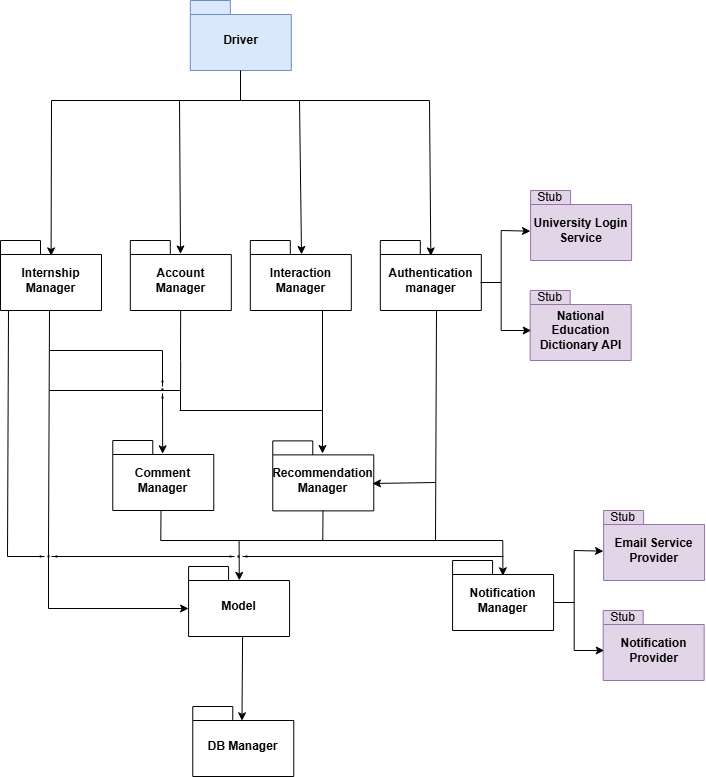
Earlier version of the draw.io export DD_figures/ImplementationDiagrams/FourthStep.png (alesalv0/RattiSalvatoreYalcin). Source tidied: cells renumbered, new cells last; positions are measured from the earlier drawing's top-left corner, leaving out a move shared by most shapes.
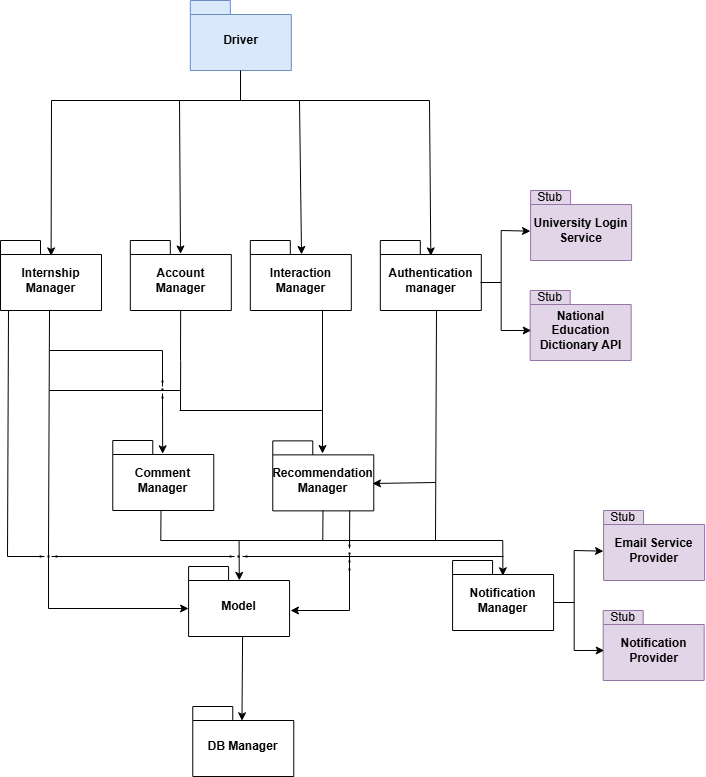
Above is the later version.

What changed in the source:
```diff
@@ -287,5 +287,26 @@
         <mxPoint x="240" y="70" as="targetPoint" />
       </mxGeometry>
     </mxCell>
+    <mxCell id="56" style="endArrow=none;html=1;rounded=0;entryX=0.5;entryY=1;entryDx=0;entryDy=0;entryPerimeter=0;" parent="1" edge="1">
+      <mxGeometry relative="1" as="geometry">
+        <mxPoint x="349" y="548" as="sourcePoint" />
+        <mxPoint x="349.2" y="510" as="targetPoint" />
+      </mxGeometry>
+    </mxCell>
+    <mxCell id="57" style="endArrow=none;dashed=1;html=1;dashPattern=1 3;strokeWidth=2;rounded=0;" parent="1" edge="1">
+      <mxGeometry relative="1" as="geometry">
+        <mxPoint x="349" y="570" as="sourcePoint" />
+        <mxPoint x="349" y="544" as="targetPoint" />
+      </mxGeometry>
+    </mxCell>
+    <mxCell id="58" style="endArrow=classic;html=1;rounded=0;" parent="1" edge="1">
+      <mxGeometry relative="1" as="geometry">
+        <mxPoint x="349" y="554" as="sourcePoint" />
+        <mxPoint x="290" y="610" as="targetPoint" />
+        <Array as="points">
+          <mxPoint x="349" y="610" />
+        </Array>
+      </mxGeometry>
+    </mxCell>
   </root>
 </mxGraphModel>
```
